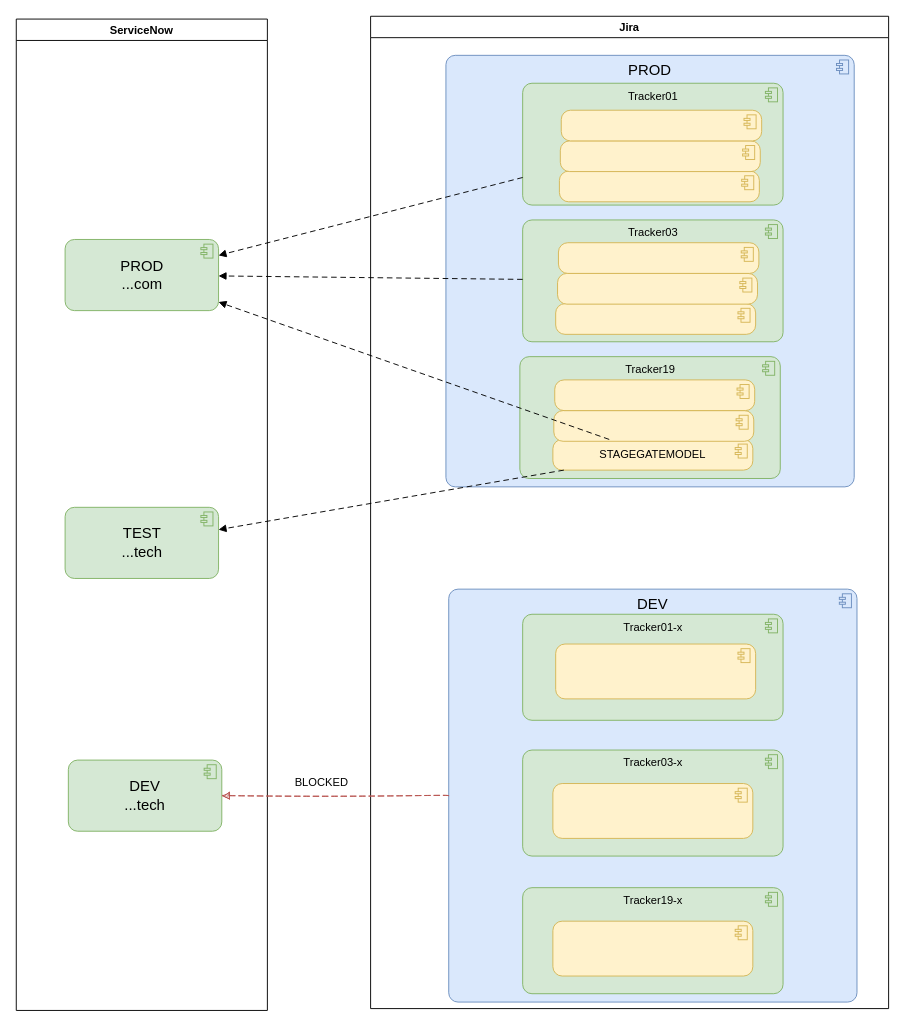
This is page "WebHooks" (4 of 19) of Bosch.drawio from algimas/tmp, a draw.io file, before an edit. Source tidied: cells renumbered, new cells numbered last; positions are measured from the earlier drawing's top-left corner, leaving out a move shared by most shapes. Both pictures are drawn from the tidied source at 93%, with x=0, y=0 at pixel (16, 16).
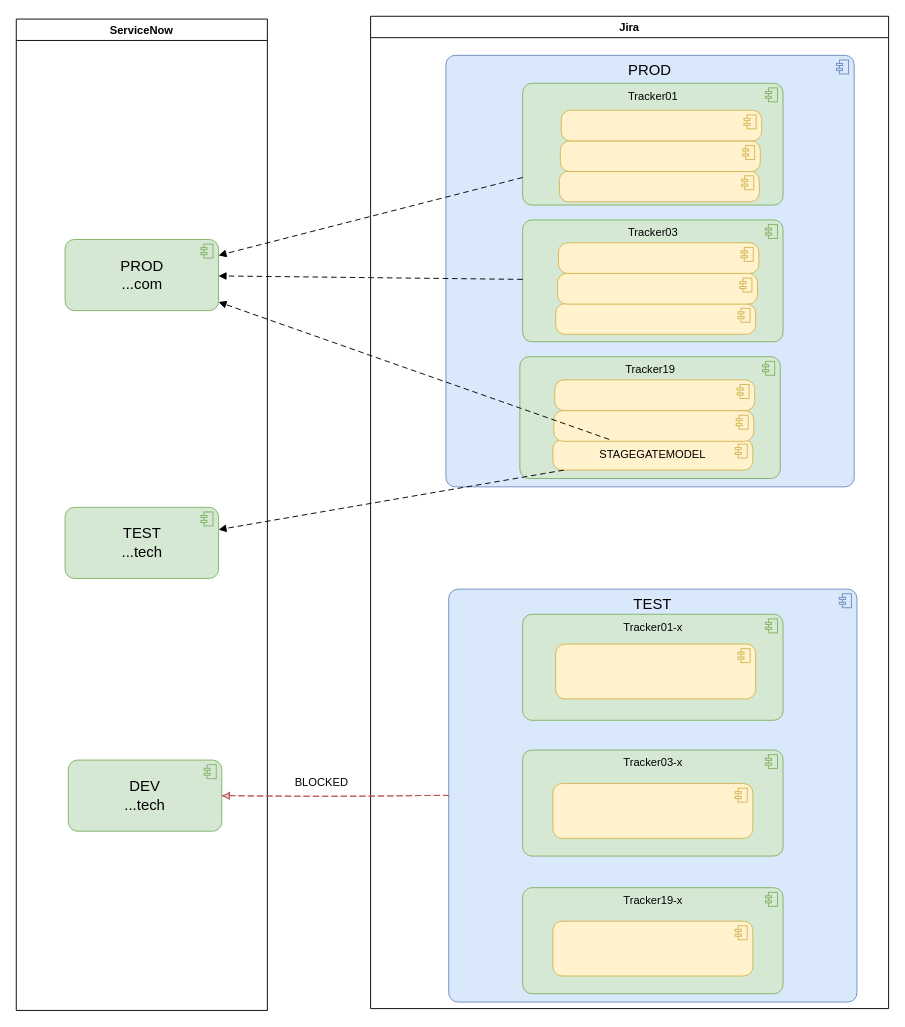
The same page after the edit.

The change refers to these unchanged cells:
```xml
<mxCell id="6" value="Jira" style="swimlane;" parent="1" vertex="1">
  <mxGeometry x="381" width="557" height="1067" as="geometry" />
</mxCell>
```

Change to the diagram source:
```diff
@@
-    <mxCell id="10" value="DEV" style="html=1;outlineConnect=0;whiteSpace=wrap;fillColor=#dae8fc;shape=mxgraph.archimate3.application;appType=comp;archiType=rounded;strokeColor=#6c8ebf;verticalAlign=top;fontStyle=0;fontSize=16;" parent="6" vertex="1">
+    <mxCell id="10" value="TEST" style="html=1;outlineConnect=0;whiteSpace=wrap;fillColor=#dae8fc;shape=mxgraph.archimate3.application;appType=comp;archiType=rounded;strokeColor=#6c8ebf;verticalAlign=top;fontStyle=0;fontSize=16;" parent="6" vertex="1">
       <mxGeometry x="84" y="616" width="439" height="444" as="geometry" />
     </mxCell>
```
